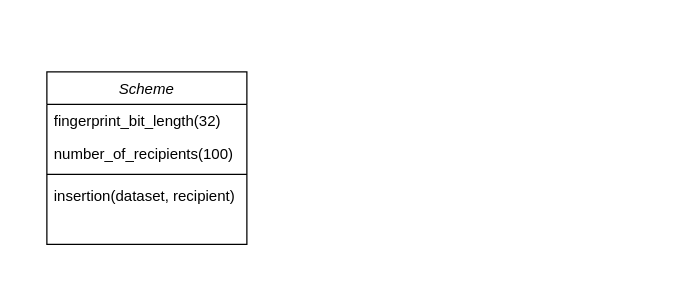
Above: architecture/class-diagram.drawio in tanjascats/fingerprinting-toolbox (draw.io), before the change. Source tidied: cells renumbered, new cells numbered last; positions are measured from the earlier drawing's top-left corner, leaving out a move shared by most shapes. Both pictures are drawn from the tidied source at 125%, with x=0, y=0 at pixel (46, 71).
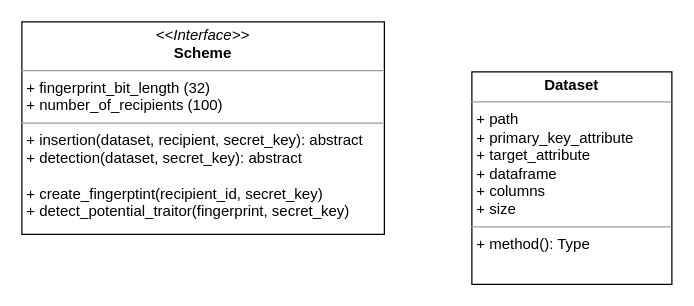
After the change.

Commit message (it also covers changes not shown here):
Abstract class for datasets

Diff of the diagram source:
```diff
@@
 <mxGraphModel>
   <root>
     <mxCell id="0" />
     <mxCell id="1" parent="0" />
-    <mxCell id="2" value="Scheme" style="swimlane;fontStyle=2;align=center;verticalAlign=top;horizontal=1;startSize=26;rounded=0;shadow=0;strokeWidth=1;" parent="1" vertex="1">
-      <mxGeometry width="160" height="138" as="geometry" />
-    </mxCell>
-    <mxCell id="3" value="fingerprint_bit_length(32)" style="text;align=left;verticalAlign=top;spacingLeft=4;spacingRight=4;overflow=hidden;" parent="2" vertex="1">
-      <mxGeometry y="26" width="160" height="26" as="geometry" />
-    </mxCell>
-    <mxCell id="4" value="number_of_recipients(100)" style="text;align=left;verticalAlign=top;spacingLeft=4;spacingRight=4;overflow=hidden;rounded=0;shadow=0;html=0;" parent="2" vertex="1">
-      <mxGeometry y="52" width="160" height="26" as="geometry" />
-    </mxCell>
-    <mxCell id="5" style="line;html=1;strokeWidth=1;align=left;verticalAlign=middle;spacingTop=-1;spacingLeft=3;spacingRight=3;labelPosition=right;" parent="2" vertex="1">
-      <mxGeometry y="78" width="160" height="8" as="geometry" />
-    </mxCell>
-    <mxCell id="6" value="insertion(dataset, recipient)" style="text;align=left;verticalAlign=top;spacingLeft=4;spacingRight=4;overflow=hidden;" parent="2" vertex="1">
-      <mxGeometry y="86" width="160" height="26" as="geometry" />
-    </mxCell>
+    <mxCell id="7" value="&lt;p style=&quot;margin: 0px ; margin-top: 4px ; text-align: center&quot;&gt;&lt;i&gt;&amp;lt;&amp;lt;Interface&amp;gt;&amp;gt;&lt;/i&gt;&lt;br&gt;&lt;b&gt;Scheme&lt;/b&gt;&lt;/p&gt;&lt;hr size=&quot;1&quot;&gt;&lt;p style=&quot;margin: 0px ; margin-left: 4px&quot;&gt;+ fingerprint_bit_length (32)&lt;br&gt;+ number_of_recipients (100)&lt;/p&gt;&lt;hr size=&quot;1&quot;&gt;&lt;p style=&quot;margin: 0px ; margin-left: 4px&quot;&gt;+ insertion(dataset, recipient, secret_key): abstract&lt;br&gt;+ detection(dataset, secret_key): abstract&lt;/p&gt;&lt;p style=&quot;margin: 0px ; margin-left: 4px&quot;&gt;&lt;br&gt;&lt;/p&gt;&lt;p style=&quot;margin: 0px ; margin-left: 4px&quot;&gt;+ create_fingerptint(recipient_id, secret_key)&lt;/p&gt;&lt;p style=&quot;margin: 0px ; margin-left: 4px&quot;&gt;+ detect_potential_traitor(fingerprint, secret_key)&lt;/p&gt;" style="verticalAlign=top;align=left;overflow=fill;fontSize=12;fontFamily=Helvetica;html=1;" parent="1" vertex="1">
+      <mxGeometry x="-20" y="-40" width="290" height="170" as="geometry" />
+    </mxCell>
+    <mxCell id="8" value="&lt;p style=&quot;margin: 0px ; margin-top: 4px ; text-align: center&quot;&gt;&lt;b&gt;Dataset&lt;/b&gt;&lt;/p&gt;&lt;hr size=&quot;1&quot;&gt;&lt;p style=&quot;margin: 0px ; margin-left: 4px&quot;&gt;+ path&lt;/p&gt;&lt;p style=&quot;margin: 0px ; margin-left: 4px&quot;&gt;+ primary_key_attribute&lt;/p&gt;&lt;p style=&quot;margin: 0px ; margin-left: 4px&quot;&gt;+ target_attribute&lt;/p&gt;&lt;p style=&quot;margin: 0px ; margin-left: 4px&quot;&gt;+ dataframe&lt;/p&gt;&lt;p style=&quot;margin: 0px ; margin-left: 4px&quot;&gt;+ columns&lt;/p&gt;&lt;p style=&quot;margin: 0px ; margin-left: 4px&quot;&gt;+ size&lt;/p&gt;&lt;hr size=&quot;1&quot;&gt;&lt;p style=&quot;margin: 0px ; margin-left: 4px&quot;&gt;+ method(): Type&lt;/p&gt;" style="verticalAlign=top;align=left;overflow=fill;fontSize=12;fontFamily=Helvetica;html=1;" parent="1" vertex="1">
+      <mxGeometry x="340" width="160" height="170" as="geometry" />
+    </mxCell>
   </root>
 </mxGraphModel>
```
